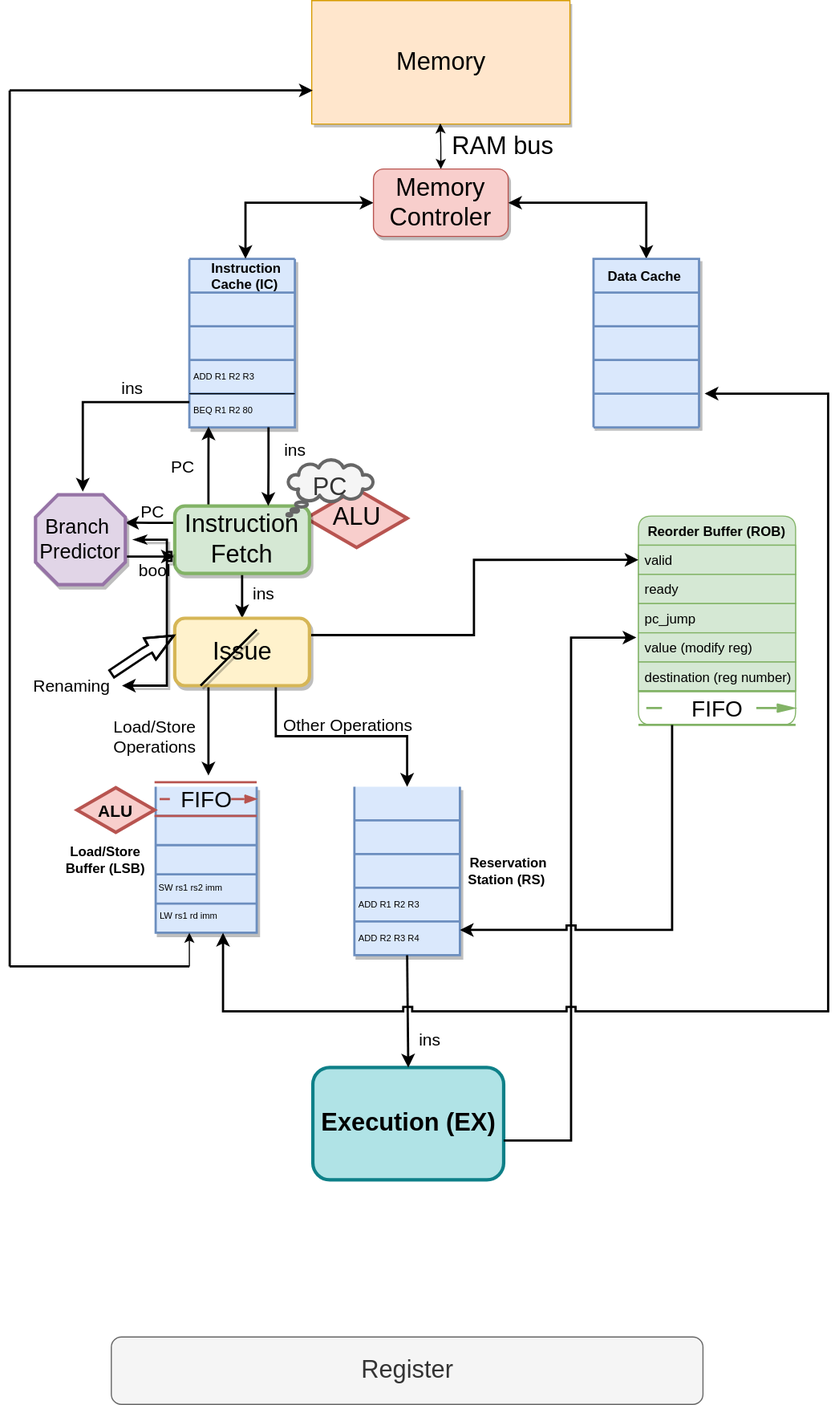
Above: design.svg in Vexoben/RISCV-CPU-for-Course (draw.io), before the change. Source tidied: cells renumbered, new cells last; positions are measured from the earlier drawing's top-left corner, leaving out a move shared by most shapes.
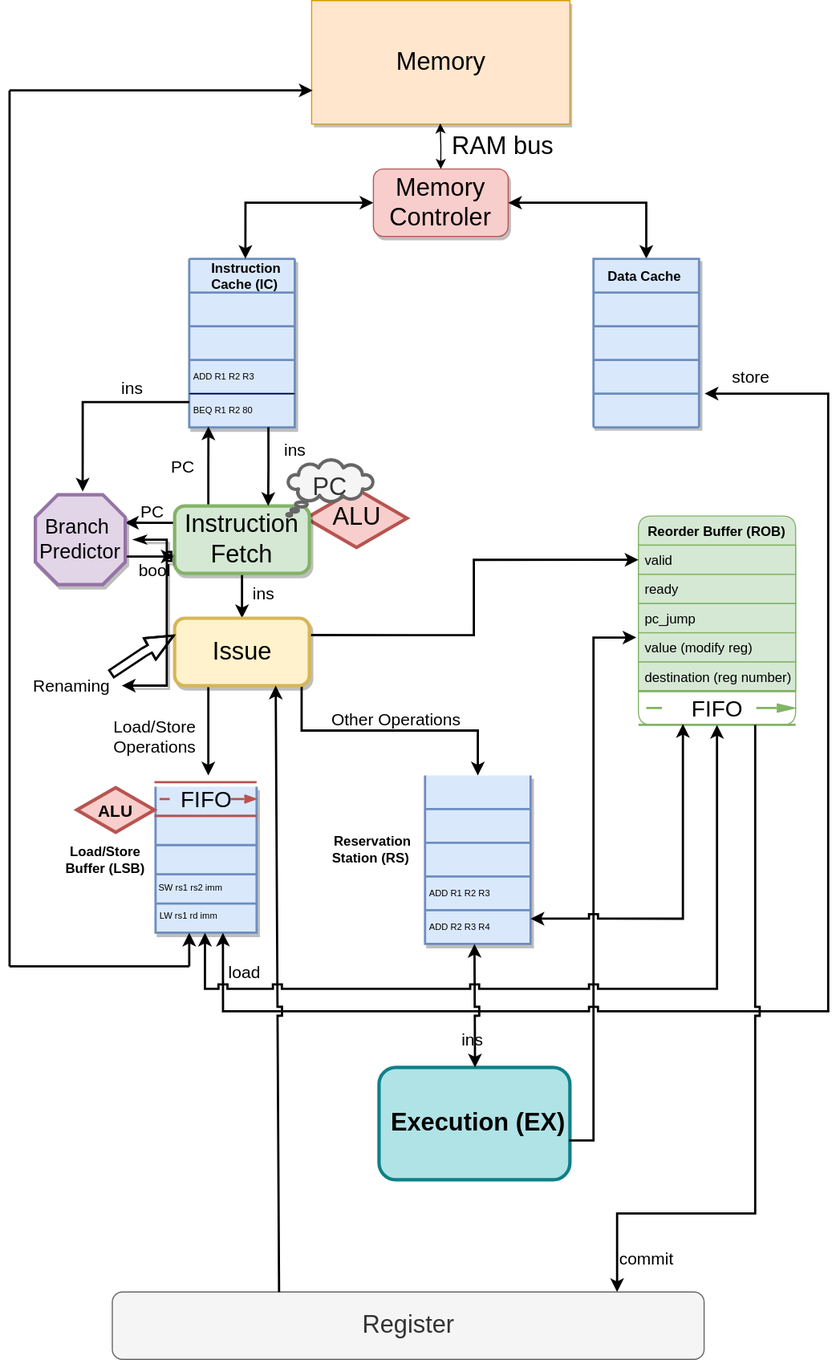
The same file after the commit.

The edit, as a diff of the source:
```diff
@@ -87,14 +87,14 @@
         <mxPoint y="80" as="sourcePoint" />
       </mxGeometry>
     </mxCell>
-    <mxCell id="26" style="endArrow=classic;html=1;rounded=0;" parent="1" edge="1">
+    <mxCell id="26" style="endArrow=classic;html=1;rounded=0;strokeWidth=2;" parent="1" edge="1">
       <mxGeometry relative="1" as="geometry">
         <mxPoint x="160" y="860" as="sourcePoint" />
         <mxPoint x="160" y="830" as="targetPoint" />
       </mxGeometry>
     </mxCell>
     <mxCell id="27" style="strokeWidth=2;html=1;shape=mxgraph.lean_mapping.data_box;html=1;rotation=-180;fillColor=#dae8fc;strokeColor=#6c8ebf;shadow=1;" parent="1" vertex="1">
-      <mxGeometry x="307" y="700" width="94" height="150" as="geometry" />
+      <mxGeometry x="370" y="690" width="94" height="150" as="geometry" />
     </mxCell>
     <mxCell id="28" value="ADD R2 R3 R4" style="text;fontSize=8;spacingLeft=2;verticalAlign=middle;html=1;rotation=0;" parent="27" vertex="1">
       <mxGeometry y="120" width="94" height="30" as="geometry" />
@@ -103,13 +103,13 @@
       <mxGeometry y="90" width="94" height="30" as="geometry" />
     </mxCell>
     <mxCell id="30" value="Reservation&lt;br&gt;Station (RS)&amp;nbsp;" style="text;html=1;align=center;verticalAlign=middle;strokeColor=none;fillColor=none;fontStyle=1;" parent="1" vertex="1">
-      <mxGeometry x="394" y="755" width="100" height="40" as="geometry" />
+      <mxGeometry x="273" y="735.7" width="100" height="40" as="geometry" />
     </mxCell>
     <mxCell id="31" value="Load/Store&lt;br style=&quot;font-size: 15px;&quot;&gt;Operations" style="text;html=1;align=center;verticalAlign=middle;strokeColor=none;fillColor=none;fontSize=15;" parent="1" vertex="1">
       <mxGeometry x="79" y="630" width="100" height="50" as="geometry" />
     </mxCell>
     <mxCell id="32" value="Other Operations" style="text;html=1;align=center;verticalAlign=middle;strokeColor=none;fillColor=none;fontSize=15;" parent="1" vertex="1">
-      <mxGeometry x="231" y="630" width="140" height="30" as="geometry" />
+      <mxGeometry x="274" y="625" width="140" height="30" as="geometry" />
     </mxCell>
     <mxCell id="33" style="edgeStyle=orthogonalEdgeStyle;rounded=0;jettySize=auto;html=1;exitX=0.5;exitY=0;exitDx=0;exitDy=0;entryX=0.498;entryY=0.994;entryDx=0;entryDy=0;entryPerimeter=0;fontSize=22;startArrow=classic;startFill=1;" parent="1" edge="1" source="36" target="16">
       <mxGeometry relative="1" as="geometry" />
@@ -127,7 +127,7 @@
       <mxGeometry x="129" y="696" width="91" height="30" as="geometry" />
     </mxCell>
     <mxCell id="38" value="Register" style="rounded=1;whiteSpace=wrap;html=1;fontSize=22;fillColor=#f5f5f5;fontColor=#333333;strokeColor=#666666;" parent="1" vertex="1">
-      <mxGeometry x="90.5" y="1190" width="527" height="60" as="geometry" />
+      <mxGeometry x="91.5" y="1150" width="527" height="60" as="geometry" />
     </mxCell>
     <mxCell id="39" value="RAM bus" style="text;html=1;align=center;verticalAlign=middle;strokeColor=none;fillColor=none;fontSize=22;" parent="1" vertex="1">
       <mxGeometry x="384" y="110" width="110" height="40" as="geometry" />
@@ -213,7 +213,13 @@
       </mxGeometry>
     </mxCell>
     <mxCell id="62" style="edgeStyle=orthogonalEdgeStyle;rounded=0;jettySize=auto;html=1;exitX=0.75;exitY=1;exitDx=0;exitDy=0;entryX=0.5;entryY=1;entryDx=0;entryDy=0;strokeColor=#000000;strokeWidth=2;fontSize=22;fontColor=#000000;startArrow=none;startFill=0;endArrow=classic;endFill=1;" parent="1" edge="1" source="64" target="27">
-      <mxGeometry relative="1" as="geometry" />
+      <mxGeometry relative="1" as="geometry">
+        <Array as="points">
+          <mxPoint x="260" y="610" />
+          <mxPoint x="260" y="650" />
+          <mxPoint x="417" y="650" />
+        </Array>
+      </mxGeometry>
     </mxCell>
     <mxCell id="63" style="edgeStyle=orthogonalEdgeStyle;rounded=0;jettySize=auto;html=1;exitX=1;exitY=0.25;exitDx=0;exitDy=0;entryX=0;entryY=0.5;entryDx=0;entryDy=0;strokeColor=#000000;strokeWidth=2;fontSize=15;fontColor=#000000;startArrow=none;startFill=0;endArrow=classic;endFill=1;" parent="1" edge="1" source="64" target="10">
       <mxGeometry relative="1" as="geometry" />
@@ -237,20 +243,13 @@
       <mxGeometry x="69" y="705.7" width="50" height="30" as="geometry" />
     </mxCell>
     <mxCell id="70" style="rounded=1;whiteSpace=wrap;html=1;labelBackgroundColor=#DAE8FC;strokeWidth=3;fontSize=15;fillColor=#b0e3e6;strokeColor=#0e8088;" parent="1" vertex="1">
-      <mxGeometry x="270" y="950" width="170" height="100" as="geometry" />
+      <mxGeometry x="329" y="950" width="170" height="100" as="geometry" />
     </mxCell>
     <mxCell id="71" value="Execution (EX)" style="text;html=1;align=center;verticalAlign=middle;strokeColor=none;fillColor=none;fontStyle=1;fontSize=22;" parent="1" vertex="1">
-      <mxGeometry x="265" y="980" width="180" height="40" as="geometry" />
+      <mxGeometry x="327" y="980" width="180" height="40" as="geometry" />
     </mxCell>
-    <mxCell id="72" style="edgeStyle=orthogonalEdgeStyle;rounded=0;jettySize=auto;html=1;exitX=0.5;exitY=1;exitDx=0;exitDy=0;entryX=0.5;entryY=0;entryDx=0;entryDy=0;strokeColor=#000000;strokeWidth=2;fontSize=15;fontColor=#000000;startArrow=none;startFill=0;endArrow=classic;endFill=1;" parent="1" edge="1" source="28" target="70">
-      <mxGeometry relative="1" as="geometry">
-        <Array as="points">
-          <mxPoint x="354" y="950" />
-        </Array>
-      </mxGeometry>
-    </mxCell>
     <mxCell id="73" value="ins" style="text;html=1;align=center;verticalAlign=middle;strokeColor=none;fillColor=none;fontSize=15;" parent="1" vertex="1">
-      <mxGeometry x="354" y="910" width="40" height="30" as="geometry" />
+      <mxGeometry x="392" y="910" width="40" height="30" as="geometry" />
     </mxCell>
     <mxCell id="74" style="shape=flexArrow;endArrow=classic;html=1;rounded=0;strokeColor=#000000;strokeWidth=2;fontSize=15;fontColor=#000000;entryX=0;entryY=0.25;entryDx=0;entryDy=0;width=6.666666666666666;endSize=7.422222222222222;endWidth=12.098765432098766;" parent="1" edge="1" target="64">
       <mxGeometry relative="1" as="geometry">
@@ -263,34 +262,57 @@
     <mxCell id="75" value="Renaming" style="text;html=1;align=center;verticalAlign=middle;points=[];strokeColor=none;fillColor=none;fontSize=15;fontColor=#000000;" parent="1" vertex="1">
       <mxGeometry x="10" y="595" width="90" height="30" as="geometry" />
     </mxCell>
-    <mxCell id="76" style="edgeStyle=elbowEdgeStyle;elbow=horizontal;endArrow=classic;html=1;rounded=0;shadow=0;strokeColor=#000000;strokeWidth=2;fontSize=22;fontColor=#000000;jumpStyle=sharp;entryX=-0.013;entryY=0.164;entryDx=0;entryDy=0;entryPerimeter=0;startArrow=none;startFill=0;" parent="1" edge="1" target="13">
+    <mxCell id="76" style="edgeStyle=elbowEdgeStyle;elbow=horizontal;endArrow=classic;html=1;rounded=0;shadow=0;strokeColor=#000000;strokeWidth=2;fontSize=22;fontColor=#000000;jumpStyle=sharp;entryX=-0.013;entryY=0.164;entryDx=0;entryDy=0;entryPerimeter=0;startArrow=none;startFill=0;exitX=0.996;exitY=0.65;exitDx=0;exitDy=0;exitPerimeter=0;" parent="1" edge="1" source="70" target="13">
       <mxGeometry relative="1" as="geometry">
-        <mxPoint x="440" y="1015" as="sourcePoint" />
         <Array as="points">
-          <mxPoint x="500" y="990" />
+          <mxPoint x="520" y="790" />
         </Array>
       </mxGeometry>
     </mxCell>
-    <mxCell id="77" style="endArrow=none;html=1;rounded=0;shadow=0;strokeColor=#000000;strokeWidth=2;fontSize=22;fontColor=#000000;elbow=vertical;jumpStyle=sharp;edgeStyle=orthogonalEdgeStyle;exitX=1;exitY=0.25;exitDx=0;exitDy=0;startArrow=classic;startFill=1;" parent="1" edge="1" source="28">
-      <mxGeometry relative="1" as="geometry">
-        <mxPoint x="590" y="645" as="targetPoint" />
-        <Array as="points">
-          <mxPoint x="590" y="828" />
-          <mxPoint x="590" y="645" />
-        </Array>
-      </mxGeometry>
-    </mxCell>
-    <mxCell id="78" style="endArrow=none;html=1;rounded=0;shadow=1;strokeColor=#000000;strokeWidth=2;fontSize=22;fontColor=#000000;elbow=vertical;jumpStyle=sharp;" parent="1" edge="1">
-      <mxGeometry relative="1" as="geometry">
-        <mxPoint x="170" y="610" as="sourcePoint" />
-        <mxPoint x="220" y="560" as="targetPoint" />
-      </mxGeometry>
-    </mxCell>
     <mxCell id="79" style="edgeStyle=segmentEdgeStyle;endArrow=classic;html=1;rounded=0;shadow=0;strokeColor=#000000;strokeWidth=2;fontSize=22;fontColor=#000000;elbow=vertical;jumpStyle=sharp;" parent="1" edge="1">
       <mxGeometry relative="1" as="geometry">
         <mxPoint x="730" y="900" as="sourcePoint" />
         <mxPoint x="190" y="830" as="targetPoint" />
       </mxGeometry>
     </mxCell>
+    <mxCell id="80" style="edgeStyle=elbowEdgeStyle;elbow=vertical;endArrow=none;html=1;rounded=0;shadow=0;strokeColor=#000000;strokeWidth=2;fontSize=22;fontColor=#000000;jumpStyle=sharp;exitX=0.853;exitY=0;exitDx=0;exitDy=0;exitPerimeter=0;startArrow=classic;startFill=1;endFill=0;" parent="1" edge="1" source="38">
+      <mxGeometry relative="1" as="geometry">
+        <mxPoint x="664" y="645" as="targetPoint" />
+        <Array as="points">
+          <mxPoint x="620" y="1080" />
+        </Array>
+      </mxGeometry>
+    </mxCell>
+    <mxCell id="81" style="edgeStyle=segmentEdgeStyle;endArrow=classic;html=1;rounded=0;shadow=0;strokeColor=#000000;strokeWidth=2;fontSize=22;fontColor=#000000;elbow=vertical;jumpStyle=sharp;exitX=1;exitY=0.25;exitDx=0;exitDy=0;startArrow=classic;startFill=1;entryX=0.283;entryY=0.974;entryDx=0;entryDy=0;entryPerimeter=0;" parent="1" edge="1" source="28" target="15">
+      <mxGeometry relative="1" as="geometry" />
+    </mxCell>
+    <mxCell id="82" style="endArrow=classic;startArrow=classic;html=1;rounded=0;shadow=0;strokeColor=#000000;strokeWidth=2;fontSize=22;fontColor=#000000;elbow=vertical;jumpStyle=sharp;entryX=0.25;entryY=1;entryDx=0;entryDy=0;exitX=0.5;exitY=0;exitDx=0;exitDy=0;" parent="1" edge="1">
+      <mxGeometry relative="1" as="geometry">
+        <mxPoint x="414.5" y="950" as="sourcePoint" />
+        <mxPoint x="414" y="840" as="targetPoint" />
+      </mxGeometry>
+    </mxCell>
+    <mxCell id="83" style="endArrow=classic;html=1;rounded=0;shadow=0;strokeColor=#000000;strokeWidth=2;fontSize=22;fontColor=#000000;elbow=vertical;jumpStyle=sharp;entryX=0.75;entryY=1;entryDx=0;entryDy=0;" parent="1" edge="1" target="64">
+      <mxGeometry relative="1" as="geometry">
+        <mxPoint x="240" y="1150" as="sourcePoint" />
+      </mxGeometry>
+    </mxCell>
+    <mxCell id="84" value="store" style="text;html=1;align=center;verticalAlign=middle;strokeColor=none;fillColor=none;fontSize=15;fontColor=#000000;" parent="1" vertex="1">
+      <mxGeometry x="630" y="320" width="60" height="30" as="geometry" />
+    </mxCell>
+    <mxCell id="85" value="load" style="text;html=1;align=center;verticalAlign=middle;strokeColor=none;fillColor=none;fontSize=15;fontColor=#000000;" parent="1" vertex="1">
+      <mxGeometry x="184" y="850" width="50" height="30" as="geometry" />
+    </mxCell>
+    <mxCell id="86" style="edgeStyle=elbowEdgeStyle;elbow=vertical;endArrow=classic;html=1;rounded=0;shadow=0;strokeColor=#000000;strokeWidth=2;fontSize=15;fontColor=#000000;jumpStyle=sharp;startArrow=classic;startFill=1;entryX=0.5;entryY=1;entryDx=0;entryDy=0;endFill=1;" parent="1" edge="1" target="15">
+      <mxGeometry relative="1" as="geometry">
+        <mxPoint x="174" y="830" as="sourcePoint" />
+        <Array as="points">
+          <mxPoint x="614" y="880" />
+        </Array>
+      </mxGeometry>
+    </mxCell>
+    <mxCell id="87" value="commit" style="text;html=1;align=center;verticalAlign=middle;strokeColor=none;fillColor=none;fontSize=15;fontColor=#000000;" parent="1" vertex="1">
+      <mxGeometry x="532" y="1105" width="70" height="30" as="geometry" />
+    </mxCell>
   </root>
 </mxGraphModel>
```
